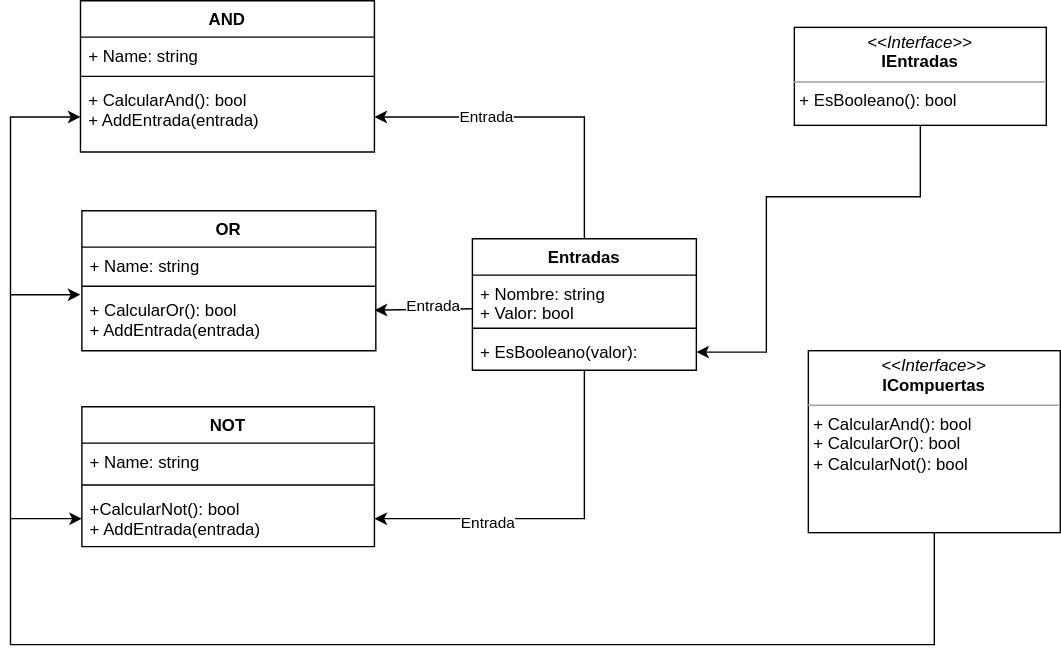
This is Diagrama UML.svg from JoacoGar/Desafio_compuertas, a draw.io export, as it was before one commit. Source tidied: cells renumbered, new cells last; positions are measured from the earlier drawing's top-left corner, leaving out a move shared by most shapes.
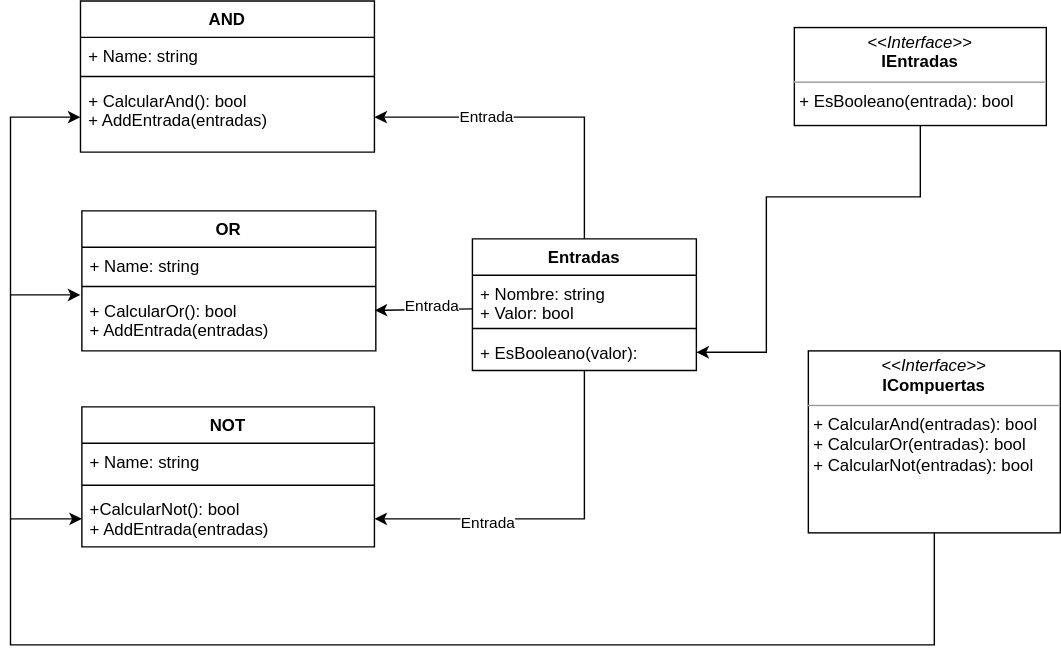
Above is the later version.

Commit message:
Se agregan las interfaces y se corrije el diagrama

Change to the diagram source:
```diff
@@ -2,10 +2,10 @@
   <root>
     <mxCell id="0" />
     <mxCell id="1" parent="0" />
-    <mxCell id="2" value="&lt;p style=&quot;margin:0px;margin-top:4px;text-align:center;&quot;&gt;&lt;i&gt;&amp;lt;&amp;lt;Interface&amp;gt;&amp;gt;&lt;/i&gt;&lt;br&gt;&lt;b&gt;ICompuertas&lt;/b&gt;&lt;/p&gt;&lt;hr size=&quot;1&quot;&gt;&lt;p style=&quot;margin:0px;margin-left:4px;&quot;&gt;+ CalcularAnd(): bool&lt;br&gt;+ CalcularOr(): bool&lt;/p&gt;&lt;p style=&quot;margin:0px;margin-left:4px;&quot;&gt;+ CalcularNot(): bool&lt;/p&gt;" style="verticalAlign=top;align=left;overflow=fill;fontSize=12;fontFamily=Helvetica;html=1;whiteSpace=wrap;" parent="1" vertex="1">
+    <mxCell id="2" value="&lt;p style=&quot;margin:0px;margin-top:4px;text-align:center;&quot;&gt;&lt;i&gt;&amp;lt;&amp;lt;Interface&amp;gt;&amp;gt;&lt;/i&gt;&lt;br&gt;&lt;b&gt;ICompuertas&lt;/b&gt;&lt;/p&gt;&lt;hr size=&quot;1&quot;&gt;&lt;p style=&quot;margin:0px;margin-left:4px;&quot;&gt;+ CalcularAnd(entradas): bool&lt;br&gt;+ CalcularOr(entradas): bool&lt;/p&gt;&lt;p style=&quot;margin:0px;margin-left:4px;&quot;&gt;+ CalcularNot(entradas): bool&lt;/p&gt;" style="verticalAlign=top;align=left;overflow=fill;fontSize=12;fontFamily=Helvetica;html=1;whiteSpace=wrap;" parent="1" vertex="1">
       <mxGeometry x="570" y="250" width="180" height="130" as="geometry" />
     </mxCell>
-    <mxCell id="3" value="&lt;p style=&quot;margin:0px;margin-top:4px;text-align:center;&quot;&gt;&lt;i&gt;&amp;lt;&amp;lt;Interface&amp;gt;&amp;gt;&lt;/i&gt;&lt;br&gt;&lt;b&gt;IEntradas&lt;/b&gt;&lt;/p&gt;&lt;hr size=&quot;1&quot;&gt;&lt;p style=&quot;margin:0px;margin-left:4px;&quot;&gt;+ EsBooleano(): bool&lt;br&gt;&lt;/p&gt;" style="verticalAlign=top;align=left;overflow=fill;fontSize=12;fontFamily=Helvetica;html=1;whiteSpace=wrap;" parent="1" vertex="1">
+    <mxCell id="3" value="&lt;p style=&quot;margin:0px;margin-top:4px;text-align:center;&quot;&gt;&lt;i&gt;&amp;lt;&amp;lt;Interface&amp;gt;&amp;gt;&lt;/i&gt;&lt;br&gt;&lt;b&gt;IEntradas&lt;/b&gt;&lt;/p&gt;&lt;hr size=&quot;1&quot;&gt;&lt;p style=&quot;margin:0px;margin-left:4px;&quot;&gt;+ EsBooleano(entrada): bool&lt;br&gt;&lt;/p&gt;" style="verticalAlign=top;align=left;overflow=fill;fontSize=12;fontFamily=Helvetica;html=1;whiteSpace=wrap;" parent="1" vertex="1">
       <mxGeometry x="560" y="19" width="180" height="70" as="geometry" />
     </mxCell>
     <mxCell id="4" value="AND" style="swimlane;fontStyle=1;align=center;verticalAlign=top;horizontal=1;startSize=26;whiteSpace=wrap;html=1;" parent="1" vertex="1">
@@ -17,7 +17,7 @@
     <mxCell id="6" style="line;strokeWidth=1;fillColor=none;align=left;verticalAlign=middle;spacingTop=-1;spacingLeft=3;spacingRight=3;labelPosition=right;strokeColor=inherit;" parent="4" vertex="1">
       <mxGeometry y="50" width="210" height="8" as="geometry" />
     </mxCell>
-    <mxCell id="7" value="+ CalcularAnd(): bool&lt;br&gt;+ AddEntrada(entrada)" style="text;strokeColor=none;fillColor=none;align=left;verticalAlign=top;spacingLeft=4;spacingRight=4;overflow=hidden;points=[[0,0.5],[1,0.5]];portConstraint=eastwest;whiteSpace=wrap;html=1;" parent="4" vertex="1">
+    <mxCell id="7" value="+ CalcularAnd(): bool&lt;br&gt;+ AddEntrada(entradas)" style="text;strokeColor=none;fillColor=none;align=left;verticalAlign=top;spacingLeft=4;spacingRight=4;overflow=hidden;points=[[0,0.5],[1,0.5]];portConstraint=eastwest;whiteSpace=wrap;html=1;" parent="4" vertex="1">
       <mxGeometry y="58" width="210" height="50" as="geometry" />
     </mxCell>
     <mxCell id="8" value="OR" style="swimlane;fontStyle=1;align=center;verticalAlign=top;horizontal=1;startSize=26;whiteSpace=wrap;html=1;" parent="1" vertex="1">
@@ -29,7 +29,7 @@
     <mxCell id="10" style="line;strokeWidth=1;fillColor=none;align=left;verticalAlign=middle;spacingTop=-1;spacingLeft=3;spacingRight=3;labelPosition=right;strokeColor=inherit;" parent="8" vertex="1">
       <mxGeometry y="50" width="210" height="8" as="geometry" />
     </mxCell>
-    <mxCell id="11" value="+ CalcularOr(): bool&lt;br&gt;+ AddEntrada(entrada)" style="text;strokeColor=none;fillColor=none;align=left;verticalAlign=top;spacingLeft=4;spacingRight=4;overflow=hidden;points=[[0,0.5],[1,0.5]];portConstraint=eastwest;whiteSpace=wrap;html=1;" parent="8" vertex="1">
+    <mxCell id="11" value="+ CalcularOr(): bool&lt;br&gt;+ AddEntrada(entradas)" style="text;strokeColor=none;fillColor=none;align=left;verticalAlign=top;spacingLeft=4;spacingRight=4;overflow=hidden;points=[[0,0.5],[1,0.5]];portConstraint=eastwest;whiteSpace=wrap;html=1;" parent="8" vertex="1">
       <mxGeometry y="58" width="210" height="42" as="geometry" />
     </mxCell>
     <mxCell id="12" value="NOT" style="swimlane;fontStyle=1;align=center;verticalAlign=top;horizontal=1;startSize=26;whiteSpace=wrap;html=1;" parent="1" vertex="1">
@@ -41,7 +41,7 @@
     <mxCell id="14" style="line;strokeWidth=1;fillColor=none;align=left;verticalAlign=middle;spacingTop=-1;spacingLeft=3;spacingRight=3;labelPosition=right;strokeColor=inherit;" parent="12" vertex="1">
       <mxGeometry y="52" width="209" height="8" as="geometry" />
     </mxCell>
-    <mxCell id="15" value="+CalcularNot(): bool&lt;br&gt;+ AddEntrada(entrada)" style="text;strokeColor=none;fillColor=none;align=left;verticalAlign=top;spacingLeft=4;spacingRight=4;overflow=hidden;points=[[0,0.5],[1,0.5]];portConstraint=eastwest;whiteSpace=wrap;html=1;" parent="12" vertex="1">
+    <mxCell id="15" value="+CalcularNot(): bool&lt;br&gt;+ AddEntrada(entradas)" style="text;strokeColor=none;fillColor=none;align=left;verticalAlign=top;spacingLeft=4;spacingRight=4;overflow=hidden;points=[[0,0.5],[1,0.5]];portConstraint=eastwest;whiteSpace=wrap;html=1;" parent="12" vertex="1">
       <mxGeometry y="60" width="209" height="40" as="geometry" />
     </mxCell>
     <mxCell id="16" value="Entradas" style="swimlane;fontStyle=1;align=center;verticalAlign=top;horizontal=1;startSize=26;whiteSpace=wrap;html=1;" parent="1" vertex="1">
```
